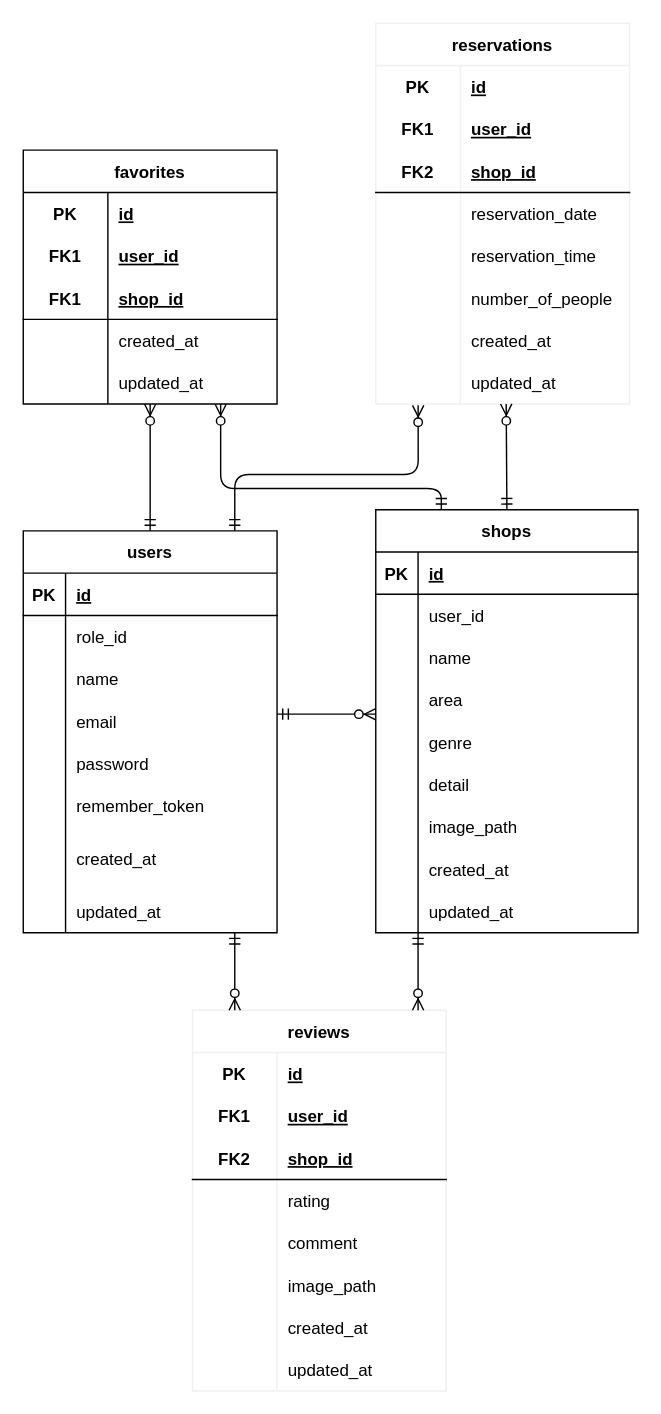
The draw.io diagram src/database/rese-app.dio in shobuhinako/rese-app_0203, before the edit. Source tidied: cells renumbered, new cells numbered last; positions are measured from the earlier drawing's top-left corner, leaving out a move shared by most shapes. Both pictures are drawn from the tidied source at 141%, with x=0, y=0 at pixel (23, 23).
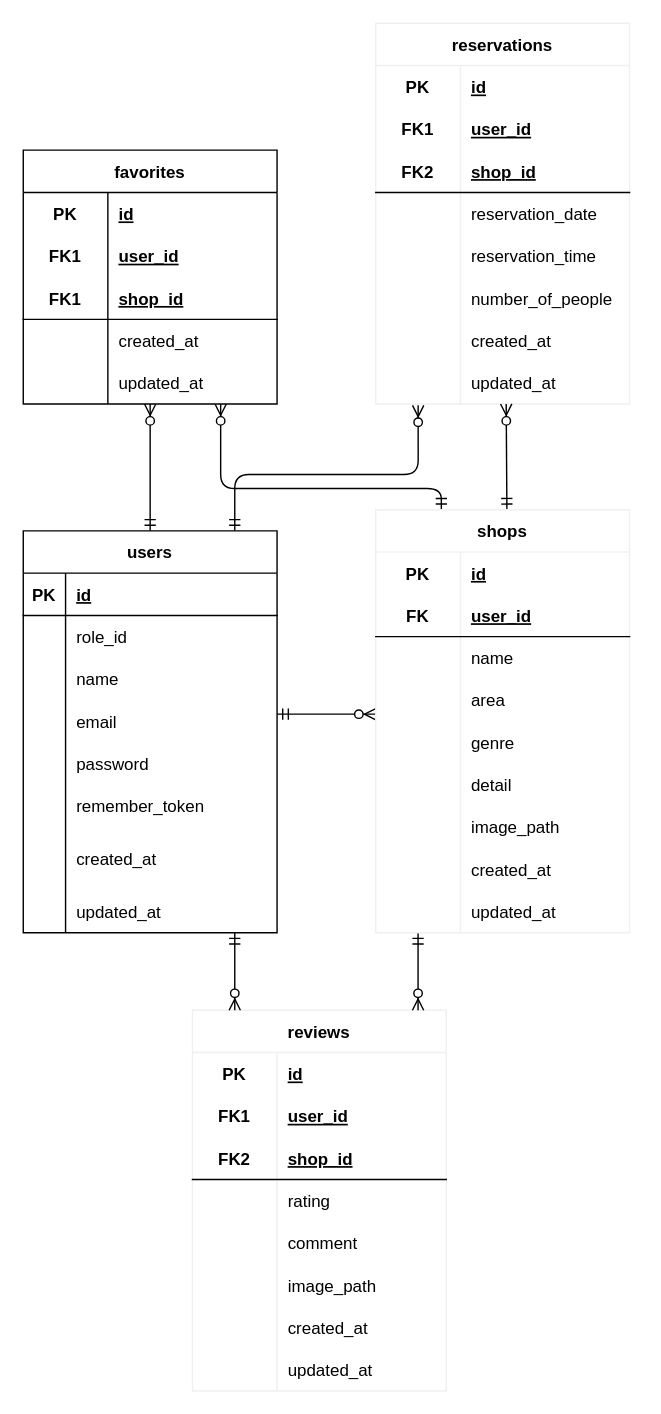
Above is the later version.

Commit message (it also covers changes not shown here):
shopsマイグレーションファイルの修正、ER図の修正

What changed in the source:
```diff
@@
-    <mxCell id="27" value="shops" style="shape=table;startSize=30;childLayout=tableLayout;rowLines=0;fontStyle=1;align=center;" parent="1" vertex="1">
-      <mxGeometry x="250" y="345" width="186" height="300" as="geometry" />
-    </mxCell>
-    <mxCell id="28" style="shape=tableRow;horizontal=0;startSize=0;swimlaneHead=0;swimlaneBody=0;fillColor=none;top=0;left=0;right=0;bottom=1;" parent="27" vertex="1">
-      <mxGeometry y="30" width="186" height="30" as="geometry" />
-    </mxCell>
-    <mxCell id="29" value="PK" style="shape=partialRectangle;fillColor=none;top=0;left=0;bottom=0;right=0;fontStyle=1;overflow=hidden;" parent="28" vertex="1">
-      <mxGeometry width="30" height="30" as="geometry" />
-    </mxCell>
-    <mxCell id="30" value="id" style="shape=partialRectangle;fillColor=none;top=0;left=0;bottom=0;right=0;align=left;spacingLeft=6;fontStyle=5;overflow=hidden;" parent="28" vertex="1">
-      <mxGeometry x="30" width="156" height="30" as="geometry" />
-    </mxCell>
-    <mxCell id="31" style="shape=tableRow;horizontal=0;startSize=0;swimlaneHead=0;swimlaneBody=0;fillColor=none;top=0;left=0;right=0;bottom=0;" parent="27" vertex="1">
-      <mxGeometry y="60" width="186" height="30" as="geometry" />
-    </mxCell>
-    <mxCell id="32" style="shape=partialRectangle;fillColor=none;top=0;left=0;bottom=0;right=0;overflow=hidden;" parent="31" vertex="1">
-      <mxGeometry width="30" height="30" as="geometry" />
-    </mxCell>
-    <mxCell id="33" value="user_id" style="shape=partialRectangle;fillColor=none;top=0;left=0;bottom=0;right=0;align=left;spacingLeft=6;overflow=hidden;" parent="31" vertex="1">
-      <mxGeometry x="30" width="156" height="30" as="geometry" />
-    </mxCell>
-    <mxCell id="34" style="shape=tableRow;horizontal=0;startSize=0;swimlaneHead=0;swimlaneBody=0;fillColor=none;top=0;left=0;right=0;bottom=0;" parent="27" vertex="1">
-      <mxGeometry y="90" width="186" height="30" as="geometry" />
-    </mxCell>
-    <mxCell id="35" style="shape=partialRectangle;fillColor=none;top=0;left=0;bottom=0;right=0;overflow=hidden;" parent="34" vertex="1">
-      <mxGeometry width="30" height="30" as="geometry" />
-    </mxCell>
-    <mxCell id="36" value="name" style="shape=partialRectangle;fillColor=none;top=0;left=0;bottom=0;right=0;align=left;spacingLeft=6;overflow=hidden;" parent="34" vertex="1">
-      <mxGeometry x="30" width="156" height="30" as="geometry" />
-    </mxCell>
-    <mxCell id="37" style="shape=tableRow;horizontal=0;startSize=0;swimlaneHead=0;swimlaneBody=0;fillColor=none;top=0;left=0;right=0;bottom=0;" parent="27" vertex="1">
-      <mxGeometry y="120" width="186" height="30" as="geometry" />
-    </mxCell>
-    <mxCell id="38" style="shape=partialRectangle;fillColor=none;top=0;left=0;bottom=0;right=0;overflow=hidden;" parent="37" vertex="1">
-      <mxGeometry width="30" height="30" as="geometry" />
-    </mxCell>
-    <mxCell id="39" value="area" style="shape=partialRectangle;fillColor=none;top=0;left=0;bottom=0;right=0;align=left;spacingLeft=6;overflow=hidden;" parent="37" vertex="1">
-      <mxGeometry x="30" width="156" height="30" as="geometry" />
-    </mxCell>
-    <mxCell id="40" style="shape=tableRow;horizontal=0;startSize=0;swimlaneHead=0;swimlaneBody=0;fillColor=none;top=0;left=0;right=0;bottom=0;" parent="27" vertex="1">
-      <mxGeometry y="150" width="186" height="30" as="geometry" />
-    </mxCell>
-    <mxCell id="41" style="shape=partialRectangle;fillColor=none;top=0;left=0;bottom=0;right=0;overflow=hidden;" parent="40" vertex="1">
-      <mxGeometry width="30" height="30" as="geometry" />
-    </mxCell>
-    <mxCell id="42" value="genre" style="shape=partialRectangle;fillColor=none;top=0;left=0;bottom=0;right=0;align=left;spacingLeft=6;overflow=hidden;" parent="40" vertex="1">
-      <mxGeometry x="30" width="156" height="30" as="geometry" />
-    </mxCell>
-    <mxCell id="43" style="shape=tableRow;horizontal=0;startSize=0;swimlaneHead=0;swimlaneBody=0;fillColor=none;top=0;left=0;right=0;bottom=0;" parent="27" vertex="1">
-      <mxGeometry y="180" width="186" height="30" as="geometry" />
-    </mxCell>
-    <mxCell id="44" style="shape=partialRectangle;fillColor=none;top=0;left=0;bottom=0;right=0;overflow=hidden;" parent="43" vertex="1">
-      <mxGeometry width="30" height="30" as="geometry" />
-    </mxCell>
-    <mxCell id="45" value="detail" style="shape=partialRectangle;fillColor=none;top=0;left=0;bottom=0;right=0;align=left;spacingLeft=6;overflow=hidden;" parent="43" vertex="1">
-      <mxGeometry x="30" width="156" height="30" as="geometry" />
-    </mxCell>
-    <mxCell id="46" style="shape=tableRow;horizontal=0;startSize=0;swimlaneHead=0;swimlaneBody=0;fillColor=none;top=0;left=0;right=0;bottom=0;" parent="27" vertex="1">
-      <mxGeometry y="210" width="186" height="30" as="geometry" />
-    </mxCell>
-    <mxCell id="47" style="shape=partialRectangle;fillColor=none;top=0;left=0;bottom=0;right=0;overflow=hidden;" parent="46" vertex="1">
-      <mxGeometry width="30" height="30" as="geometry" />
-    </mxCell>
-    <mxCell id="48" value="image_path" style="shape=partialRectangle;fillColor=none;top=0;left=0;bottom=0;right=0;align=left;spacingLeft=6;overflow=hidden;" parent="46" vertex="1">
-      <mxGeometry x="30" width="156" height="30" as="geometry" />
-    </mxCell>
-    <mxCell id="49" style="shape=tableRow;horizontal=0;startSize=0;swimlaneHead=0;swimlaneBody=0;fillColor=none;top=0;left=0;right=0;bottom=0;" parent="27" vertex="1">
-      <mxGeometry y="240" width="186" height="30" as="geometry" />
-    </mxCell>
-    <mxCell id="50" style="shape=partialRectangle;fillColor=none;top=0;left=0;bottom=0;right=0;overflow=hidden;" parent="49" vertex="1">
-      <mxGeometry width="30" height="30" as="geometry" />
-    </mxCell>
-    <mxCell id="51" value="created_at" style="shape=partialRectangle;fillColor=none;top=0;left=0;bottom=0;right=0;align=left;spacingLeft=6;overflow=hidden;" parent="49" vertex="1">
-      <mxGeometry x="30" width="156" height="30" as="geometry" />
-    </mxCell>
-    <mxCell id="52" style="shape=tableRow;horizontal=0;startSize=0;swimlaneHead=0;swimlaneBody=0;fillColor=none;top=0;left=0;right=0;bottom=0;" parent="27" vertex="1">
-      <mxGeometry y="270" width="186" height="30" as="geometry" />
-    </mxCell>
-    <mxCell id="53" style="shape=partialRectangle;fillColor=none;top=0;left=0;bottom=0;right=0;overflow=hidden;" parent="52" vertex="1">
-      <mxGeometry width="30" height="30" as="geometry" />
-    </mxCell>
-    <mxCell id="54" value="updated_at" style="shape=partialRectangle;fillColor=none;top=0;left=0;bottom=0;right=0;align=left;spacingLeft=6;overflow=hidden;" parent="52" vertex="1">
-      <mxGeometry x="30" width="156" height="30" as="geometry" />
-    </mxCell>
@@
-    <mxCell id="124" style="fontSize=12;html=1;endArrow=ERzeroToMany;startArrow=ERmandOne;exitX=0.5;exitY=0;exitDx=0;exitDy=0;" parent="1" edge="1" source="27">
+    <mxCell id="124" style="fontSize=12;html=1;endArrow=ERzeroToMany;startArrow=ERmandOne;exitX=0.5;exitY=0;exitDx=0;exitDy=0;" parent="1" edge="1">
       <mxGeometry relative="1" as="geometry">
+        <mxPoint x="343" y="345" as="sourcePoint" />
         <mxPoint x="342.5" y="270" as="targetPoint" />
       </mxGeometry>
     </mxCell>
-    <mxCell id="125" style="fontSize=12;html=1;endArrow=ERzeroToMany;startArrow=ERmandOne;edgeStyle=orthogonalEdgeStyle;exitX=0.25;exitY=0;exitDx=0;exitDy=0;" parent="1" edge="1" source="27">
+    <mxCell id="125" style="fontSize=12;html=1;endArrow=ERzeroToMany;startArrow=ERmandOne;edgeStyle=orthogonalEdgeStyle;exitX=0.25;exitY=0;exitDx=0;exitDy=0;" parent="1" edge="1">
       <mxGeometry relative="1" as="geometry">
+        <mxPoint x="296.5" y="345" as="sourcePoint" />
         <mxPoint x="140" y="270" as="targetPoint" />
         <Array as="points">
           <mxPoint x="297" y="330" />
           <mxPoint x="140" y="330" />
         </Array>
       </mxGeometry>
     </mxCell>
@@
+    <mxCell id="27" value="shops" style="shape=table;startSize=30;childLayout=tableLayout;rowLines=0;fontStyle=1;align=center;strokeColor=#F0F0F0;" parent="1" vertex="1">
+      <mxGeometry x="250" y="345" width="180" height="300" as="geometry" />
+    </mxCell>
+    <mxCell id="128" style="shape=tableRow;horizontal=0;startSize=0;swimlaneHead=0;swimlaneBody=0;fillColor=none;top=0;left=0;right=0;bottom=0;strokeColor=default;" parent="27" vertex="1">
+      <mxGeometry y="30" width="180" height="30" as="geometry" />
+    </mxCell>
+    <mxCell id="29" value="PK" style="shape=partialRectangle;fillColor=none;top=0;left=0;bottom=0;right=0;fontStyle=1;overflow=hidden;strokeColor=default;" parent="128" vertex="1">
+      <mxGeometry width="60" height="30" as="geometry" />
+    </mxCell>
+    <mxCell id="30" value="id" style="shape=partialRectangle;fillColor=none;top=0;left=0;bottom=0;right=0;align=left;spacingLeft=6;fontStyle=5;overflow=hidden;strokeColor=default;" parent="128" vertex="1">
+      <mxGeometry x="60" width="120" height="30" as="geometry" />
+    </mxCell>
+    <mxCell id="129" style="shape=tableRow;horizontal=0;startSize=0;swimlaneHead=0;swimlaneBody=0;fillColor=none;top=0;left=0;right=0;bottom=1;strokeColor=default;" parent="27" vertex="1">
+      <mxGeometry y="60" width="180" height="30" as="geometry" />
+    </mxCell>
+    <mxCell id="130" value="FK" style="shape=partialRectangle;fillColor=none;top=0;left=0;bottom=0;right=0;fontStyle=1;overflow=hidden;strokeColor=default;" parent="129" vertex="1">
+      <mxGeometry width="60" height="30" as="geometry" />
+    </mxCell>
+    <mxCell id="33" value="user_id" style="shape=partialRectangle;fillColor=none;top=0;left=0;bottom=0;right=0;align=left;spacingLeft=6;fontStyle=5;overflow=hidden;strokeColor=default;" parent="129" vertex="1">
+      <mxGeometry x="60" width="120" height="30" as="geometry" />
+    </mxCell>
+    <mxCell id="131" style="shape=tableRow;horizontal=0;startSize=0;swimlaneHead=0;swimlaneBody=0;fillColor=none;top=0;left=0;right=0;bottom=0;strokeColor=default;" parent="27" vertex="1">
+      <mxGeometry y="90" width="180" height="30" as="geometry" />
+    </mxCell>
+    <mxCell id="132" style="shape=partialRectangle;fillColor=none;top=0;left=0;bottom=0;right=0;overflow=hidden;strokeColor=default;" parent="131" vertex="1">
+      <mxGeometry width="60" height="30" as="geometry" />
+    </mxCell>
+    <mxCell id="36" value="name" style="shape=partialRectangle;fillColor=none;top=0;left=0;bottom=0;right=0;align=left;spacingLeft=6;overflow=hidden;strokeColor=default;" parent="131" vertex="1">
+      <mxGeometry x="60" width="120" height="30" as="geometry" />
+    </mxCell>
+    <mxCell id="133" style="shape=tableRow;horizontal=0;startSize=0;swimlaneHead=0;swimlaneBody=0;fillColor=none;top=0;left=0;right=0;bottom=0;strokeColor=default;" parent="27" vertex="1">
+      <mxGeometry y="120" width="180" height="30" as="geometry" />
+    </mxCell>
+    <mxCell id="134" style="shape=partialRectangle;fillColor=none;top=0;left=0;bottom=0;right=0;overflow=hidden;strokeColor=default;" parent="133" vertex="1">
+      <mxGeometry width="60" height="30" as="geometry" />
+    </mxCell>
+    <mxCell id="39" value="area" style="shape=partialRectangle;fillColor=none;top=0;left=0;bottom=0;right=0;align=left;spacingLeft=6;overflow=hidden;strokeColor=default;" parent="133" vertex="1">
+      <mxGeometry x="60" width="120" height="30" as="geometry" />
+    </mxCell>
+    <mxCell id="135" style="shape=tableRow;horizontal=0;startSize=0;swimlaneHead=0;swimlaneBody=0;fillColor=none;top=0;left=0;right=0;bottom=0;strokeColor=default;" parent="27" vertex="1">
+      <mxGeometry y="150" width="180" height="30" as="geometry" />
+    </mxCell>
+    <mxCell id="136" style="shape=partialRectangle;fillColor=none;top=0;left=0;bottom=0;right=0;overflow=hidden;strokeColor=default;" parent="135" vertex="1">
+      <mxGeometry width="60" height="30" as="geometry" />
+    </mxCell>
+    <mxCell id="42" value="genre" style="shape=partialRectangle;fillColor=none;top=0;left=0;bottom=0;right=0;align=left;spacingLeft=6;overflow=hidden;strokeColor=default;" parent="135" vertex="1">
+      <mxGeometry x="60" width="120" height="30" as="geometry" />
+    </mxCell>
+    <mxCell id="137" style="shape=tableRow;horizontal=0;startSize=0;swimlaneHead=0;swimlaneBody=0;fillColor=none;top=0;left=0;right=0;bottom=0;strokeColor=default;" parent="27" vertex="1">
+      <mxGeometry y="180" width="180" height="30" as="geometry" />
+    </mxCell>
+    <mxCell id="138" style="shape=partialRectangle;fillColor=none;top=0;left=0;bottom=0;right=0;overflow=hidden;strokeColor=default;" parent="137" vertex="1">
+      <mxGeometry width="60" height="30" as="geometry" />
+    </mxCell>
+    <mxCell id="45" value="detail" style="shape=partialRectangle;fillColor=none;top=0;left=0;bottom=0;right=0;align=left;spacingLeft=6;overflow=hidden;strokeColor=default;" parent="137" vertex="1">
+      <mxGeometry x="60" width="120" height="30" as="geometry" />
+    </mxCell>
+    <mxCell id="139" style="shape=tableRow;horizontal=0;startSize=0;swimlaneHead=0;swimlaneBody=0;fillColor=none;top=0;left=0;right=0;bottom=0;strokeColor=default;" parent="27" vertex="1">
+      <mxGeometry y="210" width="180" height="30" as="geometry" />
+    </mxCell>
+    <mxCell id="140" style="shape=partialRectangle;fillColor=none;top=0;left=0;bottom=0;right=0;overflow=hidden;strokeColor=default;" parent="139" vertex="1">
+      <mxGeometry width="60" height="30" as="geometry" />
+    </mxCell>
+    <mxCell id="48" value="image_path" style="shape=partialRectangle;fillColor=none;top=0;left=0;bottom=0;right=0;align=left;spacingLeft=6;overflow=hidden;strokeColor=default;" parent="139" vertex="1">
+      <mxGeometry x="60" width="120" height="30" as="geometry" />
+    </mxCell>
+    <mxCell id="141" style="shape=tableRow;horizontal=0;startSize=0;swimlaneHead=0;swimlaneBody=0;fillColor=none;top=0;left=0;right=0;bottom=0;strokeColor=default;" parent="27" vertex="1">
+      <mxGeometry y="240" width="180" height="30" as="geometry" />
+    </mxCell>
+    <mxCell id="142" style="shape=partialRectangle;fillColor=none;top=0;left=0;bottom=0;right=0;overflow=hidden;strokeColor=default;" parent="141" vertex="1">
+      <mxGeometry width="60" height="30" as="geometry" />
+    </mxCell>
+    <mxCell id="51" value="created_at" style="shape=partialRectangle;fillColor=none;top=0;left=0;bottom=0;right=0;align=left;spacingLeft=6;overflow=hidden;strokeColor=default;" parent="141" vertex="1">
+      <mxGeometry x="60" width="120" height="30" as="geometry" />
+    </mxCell>
+    <mxCell id="143" style="shape=tableRow;horizontal=0;startSize=0;swimlaneHead=0;swimlaneBody=0;fillColor=none;top=0;left=0;right=0;bottom=0;strokeColor=default;" parent="27" vertex="1">
+      <mxGeometry y="270" width="180" height="30" as="geometry" />
+    </mxCell>
+    <mxCell id="144" style="shape=partialRectangle;fillColor=none;top=0;left=0;bottom=0;right=0;overflow=hidden;strokeColor=default;" parent="143" vertex="1">
+      <mxGeometry width="60" height="30" as="geometry" />
+    </mxCell>
+    <mxCell id="54" value="updated_at" style="shape=partialRectangle;fillColor=none;top=0;left=0;bottom=0;right=0;align=left;spacingLeft=6;overflow=hidden;strokeColor=default;" parent="143" vertex="1">
+      <mxGeometry x="60" width="120" height="30" as="geometry" />
+    </mxCell>
```
